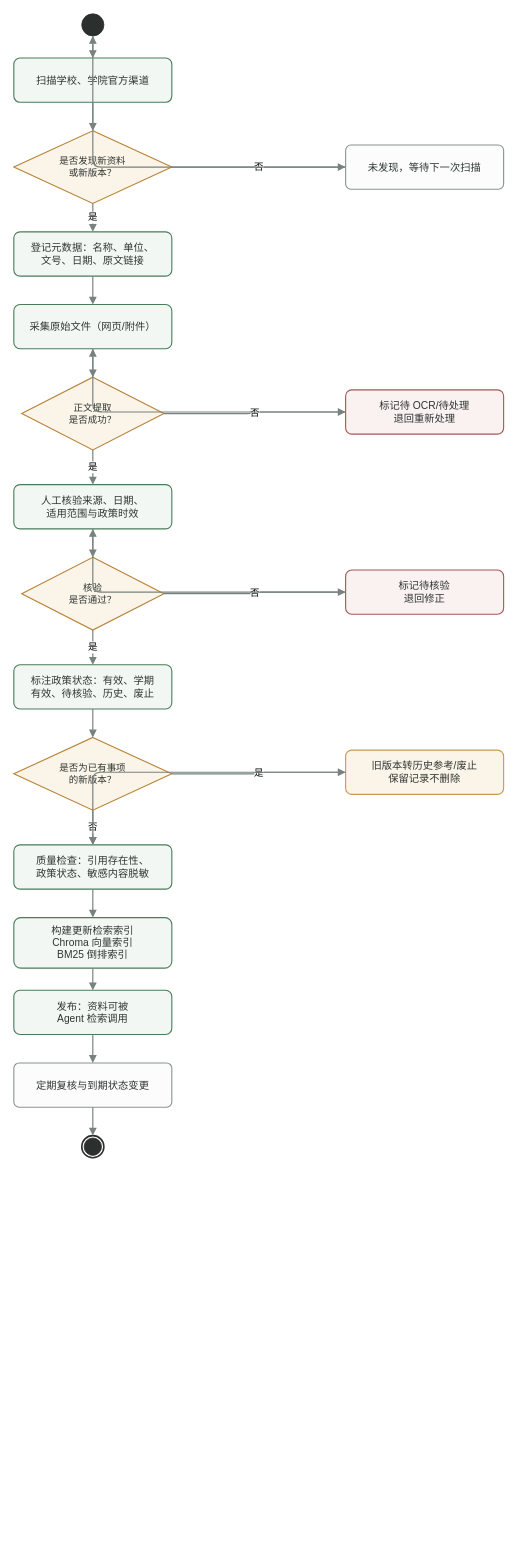
This is docs/assignment-02/system-design/diagrams/business-process/知识库维护业务流程_v1.drawio from yz-Yezi-Genm/CodeMind-FZU, a draw.io file, before an edit. Source tidied: cells renumbered, new cells numbered last; positions are measured from the earlier drawing's top-left corner, leaving out a move shared by most shapes. Both pictures are drawn from the tidied source at 79%, with x=0, y=0 at pixel (13, 13).
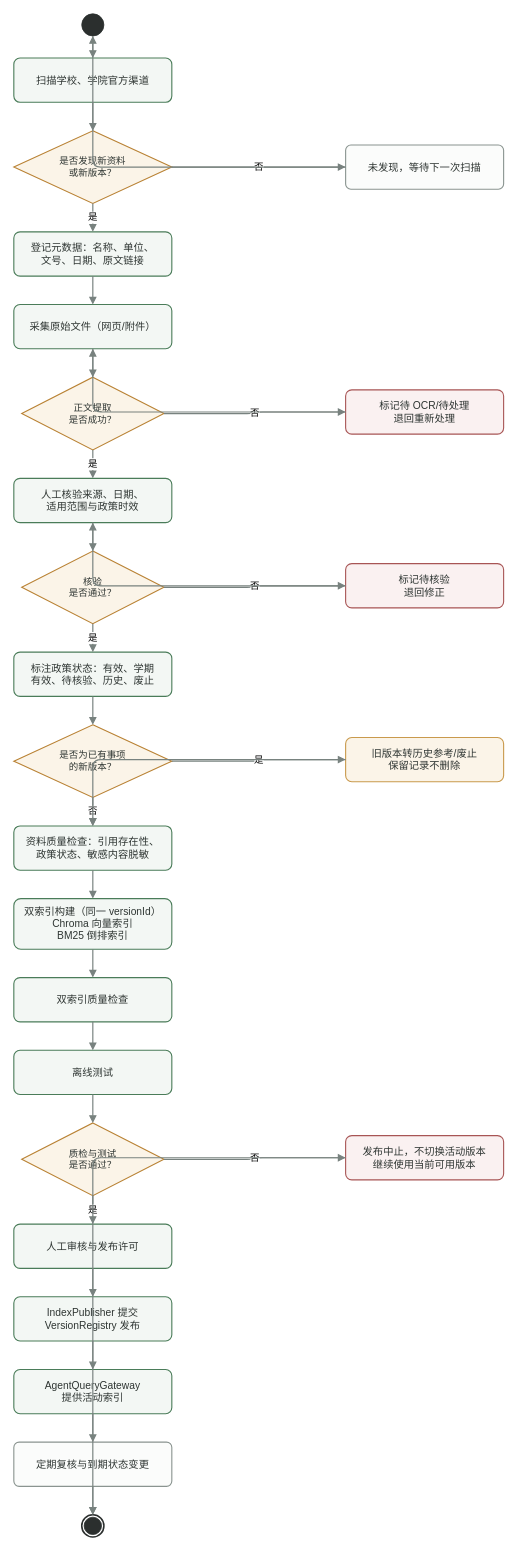
After the change.

What changed in the source:
```diff
@@
     <mxCell id="10" value="人工核验来源、日期、&#10;适用范围与政策时效" style="rounded=1;whiteSpace=wrap;html=1;arcSize=14;fillColor=#f3f7f4;strokeColor=#4a7c59;fontColor=#2e3532;fontSize=13;strokeWidth=1.4;" parent="1" vertex="1">
-      <mxGeometry y="596" width="200" height="56" as="geometry" />
+      <mxGeometry y="588" width="200" height="56" as="geometry" />
     </mxCell>
     <mxCell id="11" value="核验&#10;是否通过？" style="rhombus;whiteSpace=wrap;html=1;fillColor=#fbf4e8;strokeColor=#b98234;fontColor=#2e3532;fontSize=12;strokeWidth=1.4;" parent="1" vertex="1">
-      <mxGeometry x="10" y="688" width="180" height="92" as="geometry" />
+      <mxGeometry x="10" y="680" width="180" height="92" as="geometry" />
     </mxCell>
     <mxCell id="12" value="标记待核验&#10;退回修正" style="rounded=1;whiteSpace=wrap;html=1;arcSize=14;fillColor=#faf1f1;strokeColor=#a85555;fontColor=#2e3532;fontSize=13;strokeWidth=1.4;" parent="1" vertex="1">
-      <mxGeometry x="420" y="704" width="200" height="56" as="geometry" />
+      <mxGeometry x="420" y="696" width="200" height="56" as="geometry" />
     </mxCell>
     <mxCell id="13" value="标注政策状态：有效、学期&#10;有效、待核验、历史、废止" style="rounded=1;whiteSpace=wrap;html=1;arcSize=14;fillColor=#f3f7f4;strokeColor=#4a7c59;fontColor=#2e3532;fontSize=13;strokeWidth=1.4;" parent="1" vertex="1">
-      <mxGeometry y="824" width="200" height="56" as="geometry" />
+      <mxGeometry y="808" width="200" height="56" as="geometry" />
     </mxCell>
     <mxCell id="14" value="是否为已有事项&#10;的新版本？" style="rhombus;whiteSpace=wrap;html=1;fillColor=#fbf4e8;strokeColor=#b98234;fontColor=#2e3532;fontSize=12;strokeWidth=1.4;" parent="1" vertex="1">
-      <mxGeometry y="916" width="200" height="92" as="geometry" />
+      <mxGeometry y="900" width="200" height="92" as="geometry" />
     </mxCell>
     <mxCell id="15" value="旧版本转历史参考/废止&#10;保留记录不删除" style="rounded=1;whiteSpace=wrap;html=1;arcSize=14;fillColor=#fbf4e8;strokeColor=#c99a4d;fontColor=#2e3532;fontSize=13;strokeWidth=1.4;" parent="1" vertex="1">
-      <mxGeometry x="420" y="932" width="200" height="56" as="geometry" />
+      <mxGeometry x="420" y="916" width="200" height="56" as="geometry" />
     </mxCell>
-    <mxCell id="16" value="质量检查：引用存在性、&#10;政策状态、敏感内容脱敏" style="rounded=1;whiteSpace=wrap;html=1;arcSize=14;fillColor=#f3f7f4;strokeColor=#4a7c59;fontColor=#2e3532;fontSize=13;strokeWidth=1.4;" parent="1" vertex="1">
-      <mxGeometry y="1052" width="200" height="56" as="geometry" />
+    <mxCell id="16" value="资料质量检查：引用存在性、&#10;政策状态、敏感内容脱敏" style="rounded=1;whiteSpace=wrap;html=1;arcSize=14;fillColor=#f3f7f4;strokeColor=#4a7c59;fontColor=#2e3532;fontSize=13;strokeWidth=1.4;" parent="1" vertex="1">
+      <mxGeometry y="1028" width="200" height="56" as="geometry" />
     </mxCell>
-    <mxCell id="17" value="构建更新检索索引&#10;Chroma 向量索引&#10;BM25 倒排索引" style="rounded=1;whiteSpace=wrap;html=1;arcSize=14;fillColor=#f3f7f4;strokeColor=#4a7c59;fontColor=#2e3532;fontSize=13;strokeWidth=1.4;" parent="1" vertex="1">
-      <mxGeometry y="1144" width="200" height="64" as="geometry" />
-    </mxCell>
-    <mxCell id="18" value="发布：资料可被&#10;Agent 检索调用" style="rounded=1;whiteSpace=wrap;html=1;arcSize=14;fillColor=#f3f7f4;strokeColor=#4a7c59;fontColor=#2e3532;fontSize=13;strokeWidth=1.4;" parent="1" vertex="1">
-      <mxGeometry y="1236" width="200" height="56" as="geometry" />
-    </mxCell>
+    <mxCell id="44" value="双索引构建（同一 versionId）&#10;Chroma 向量索引&#10;BM25 倒排索引" style="rounded=1;whiteSpace=wrap;html=1;arcSize=14;fillColor=#f3f7f4;strokeColor=#4a7c59;fontColor=#2e3532;fontSize=13;strokeWidth=1.4;" parent="1" vertex="1">
+      <mxGeometry y="1120" width="200" height="64" as="geometry" />
+    </mxCell>
+    <mxCell id="45" value="双索引质量检查" style="rounded=1;whiteSpace=wrap;html=1;arcSize=14;fillColor=#f3f7f4;strokeColor=#4a7c59;fontColor=#2e3532;fontSize=13;strokeWidth=1.4;" parent="1" vertex="1">
+      <mxGeometry y="1220" width="200" height="56" as="geometry" />
+    </mxCell>
+    <mxCell id="46" value="离线测试" style="rounded=1;whiteSpace=wrap;html=1;arcSize=14;fillColor=#f3f7f4;strokeColor=#4a7c59;fontColor=#2e3532;fontSize=13;strokeWidth=1.4;" parent="1" vertex="1">
+      <mxGeometry y="1312" width="200" height="56" as="geometry" />
+    </mxCell>
+    <mxCell id="47" value="质检与测试&#10;是否通过？" style="rhombus;whiteSpace=wrap;html=1;fillColor=#fbf4e8;strokeColor=#b98234;fontColor=#2e3532;fontSize=12;strokeWidth=1.4;" parent="1" vertex="1">
+      <mxGeometry x="10" y="1404" width="180" height="92" as="geometry" />
+    </mxCell>
+    <mxCell id="48" value="发布中止，不切换活动版本&#10;继续使用当前可用版本" style="rounded=1;whiteSpace=wrap;html=1;arcSize=14;fillColor=#faf1f1;strokeColor=#a85555;fontColor=#2e3532;fontSize=13;strokeWidth=1.4;" parent="1" vertex="1">
+      <mxGeometry x="420" y="1420" width="200" height="56" as="geometry" />
+    </mxCell>
+    <mxCell id="49" value="人工审核与发布许可" style="rounded=1;whiteSpace=wrap;html=1;arcSize=14;fillColor=#f3f7f4;strokeColor=#4a7c59;fontColor=#2e3532;fontSize=13;strokeWidth=1.4;" parent="1" vertex="1">
+      <mxGeometry y="1532" width="200" height="56" as="geometry" />
+    </mxCell>
+    <mxCell id="50" value="IndexPublisher 提交&#10;VersionRegistry 发布" style="rounded=1;whiteSpace=wrap;html=1;arcSize=14;fillColor=#f3f7f4;strokeColor=#4a7c59;fontColor=#2e3532;fontSize=13;strokeWidth=1.4;" parent="1" vertex="1">
+      <mxGeometry y="1624" width="200" height="56" as="geometry" />
+    </mxCell>
+    <mxCell id="51" value="AgentQueryGateway&#10;提供活动索引" style="rounded=1;whiteSpace=wrap;html=1;arcSize=14;fillColor=#f3f7f4;strokeColor=#4a7c59;fontColor=#2e3532;fontSize=13;strokeWidth=1.4;" parent="1" vertex="1">
+      <mxGeometry y="1716" width="200" height="56" as="geometry" />
+    </mxCell>
     <mxCell id="19" value="定期复核与到期状态变更" style="rounded=1;whiteSpace=wrap;html=1;arcSize=12;fillColor=#fbfcfb;strokeColor=#8a9490;fontColor=#2e3532;fontSize=13;strokeWidth=1.4;" parent="1" vertex="1">
-      <mxGeometry y="1328" width="200" height="56" as="geometry" />
+      <mxGeometry y="1808" width="200" height="56" as="geometry" />
     </mxCell>
     <mxCell id="20" style="ellipse;whiteSpace=wrap;html=1;fillColor=#ffffff;strokeColor=#2b2f2e;strokeWidth=2;" parent="1" vertex="1">
-      <mxGeometry x="86" y="1420" width="28" height="28" as="geometry" />
+      <mxGeometry x="86" y="1900" width="28" height="28" as="geometry" />
     </mxCell>
     <mxCell id="21" style="ellipse;whiteSpace=wrap;html=1;fillColor=#2b2f2e;strokeColor=#2b2f2e;" parent="1" vertex="1">
-      <mxGeometry x="89" y="1423" width="22" height="22" as="geometry" />
+      <mxGeometry x="89" y="1903" width="22" height="22" as="geometry" />
     </mxCell>
@@
-    <mxCell id="40" style="edgeStyle=orthogonalEdgeStyle;rounded=1;jettySize=auto;html=1;strokeColor=#78827f;strokeWidth=1.5;dashed=0;endArrow=block;endFill=1;fontSize=12;labelBackgroundColor=#ffffff;" parent="1" edge="1" source="16" target="17">
+    <mxCell id="40" style="edgeStyle=orthogonalEdgeStyle;rounded=1;jettySize=auto;html=1;strokeColor=#78827f;strokeWidth=1.5;dashed=0;endArrow=block;endFill=1;fontSize=12;labelBackgroundColor=#ffffff;" parent="1" edge="1" source="16" target="44">
       <mxGeometry relative="1" as="geometry" />
     </mxCell>
-    <mxCell id="41" style="edgeStyle=orthogonalEdgeStyle;rounded=1;jettySize=auto;html=1;strokeColor=#78827f;strokeWidth=1.5;dashed=0;endArrow=block;endFill=1;fontSize=12;labelBackgroundColor=#ffffff;" parent="1" edge="1" source="17" target="18">
+    <mxCell id="41" style="edgeStyle=orthogonalEdgeStyle;rounded=1;jettySize=auto;html=1;strokeColor=#78827f;strokeWidth=1.5;dashed=0;endArrow=block;endFill=1;fontSize=12;labelBackgroundColor=#ffffff;" parent="1" edge="1" source="44" target="45">
       <mxGeometry relative="1" as="geometry" />
     </mxCell>
-    <mxCell id="42" style="edgeStyle=orthogonalEdgeStyle;rounded=1;jettySize=auto;html=1;strokeColor=#78827f;strokeWidth=1.5;dashed=0;endArrow=block;endFill=1;fontSize=12;labelBackgroundColor=#ffffff;" parent="1" edge="1" source="18" target="19">
+    <mxCell id="42" style="edgeStyle=orthogonalEdgeStyle;rounded=1;jettySize=auto;html=1;strokeColor=#78827f;strokeWidth=1.5;dashed=0;endArrow=block;endFill=1;fontSize=12;labelBackgroundColor=#ffffff;" parent="1" edge="1" source="45" target="46">
       <mxGeometry relative="1" as="geometry" />
     </mxCell>
-    <mxCell id="43" style="edgeStyle=orthogonalEdgeStyle;rounded=1;jettySize=auto;html=1;strokeColor=#78827f;strokeWidth=1.5;dashed=0;endArrow=block;endFill=1;fontSize=12;labelBackgroundColor=#ffffff;" parent="1" edge="1" source="19" target="20">
+    <mxCell id="43" style="edgeStyle=orthogonalEdgeStyle;rounded=1;jettySize=auto;html=1;strokeColor=#78827f;strokeWidth=1.5;dashed=0;endArrow=block;endFill=1;fontSize=12;labelBackgroundColor=#ffffff;" parent="1" edge="1" source="46" target="47">
       <mxGeometry relative="1" as="geometry" />
     </mxCell>
+    <mxCell id="52" value="是" style="edgeStyle=orthogonalEdgeStyle;rounded=1;jettySize=auto;html=1;strokeColor=#78827f;strokeWidth=1.5;dashed=0;endArrow=block;endFill=1;fontSize=12;labelBackgroundColor=#ffffff;" parent="1" edge="1" source="47" target="49">
+      <mxGeometry relative="1" as="geometry" />
+    </mxCell>
+    <mxCell id="53" value="否" style="edgeStyle=orthogonalEdgeStyle;rounded=1;jettySize=auto;html=1;strokeColor=#78827f;strokeWidth=1.5;dashed=0;endArrow=block;endFill=1;fontSize=12;labelBackgroundColor=#ffffff;" parent="1" edge="1" source="47" target="48">
+      <mxGeometry relative="1" as="geometry" />
+    </mxCell>
+    <mxCell id="54" style="edgeStyle=orthogonalEdgeStyle;rounded=1;jettySize=auto;html=1;strokeColor=#78827f;strokeWidth=1.5;dashed=0;endArrow=block;endFill=1;fontSize=12;labelBackgroundColor=#ffffff;" parent="1" edge="1" source="48" target="20">
+      <mxGeometry relative="1" as="geometry" />
+    </mxCell>
+    <mxCell id="55" style="edgeStyle=orthogonalEdgeStyle;rounded=1;jettySize=auto;html=1;strokeColor=#78827f;strokeWidth=1.5;dashed=0;endArrow=block;endFill=1;fontSize=12;labelBackgroundColor=#ffffff;" parent="1" edge="1" source="49" target="50">
+      <mxGeometry relative="1" as="geometry" />
+    </mxCell>
+    <mxCell id="56" style="edgeStyle=orthogonalEdgeStyle;rounded=1;jettySize=auto;html=1;strokeColor=#78827f;strokeWidth=1.5;dashed=0;endArrow=block;endFill=1;fontSize=12;labelBackgroundColor=#ffffff;" parent="1" edge="1" source="50" target="51">
+      <mxGeometry relative="1" as="geometry" />
+    </mxCell>
+    <mxCell id="57" style="edgeStyle=orthogonalEdgeStyle;rounded=1;jettySize=auto;html=1;strokeColor=#78827f;strokeWidth=1.5;dashed=0;endArrow=block;endFill=1;fontSize=12;labelBackgroundColor=#ffffff;" parent="1" edge="1" source="51" target="19">
+      <mxGeometry relative="1" as="geometry" />
+    </mxCell>
+    <mxCell id="58" style="edgeStyle=orthogonalEdgeStyle;rounded=1;jettySize=auto;html=1;strokeColor=#78827f;strokeWidth=1.5;dashed=0;endArrow=block;endFill=1;fontSize=12;labelBackgroundColor=#ffffff;" parent="1" edge="1" source="19" target="20">
+      <mxGeometry relative="1" as="geometry" />
+    </mxCell>
```
